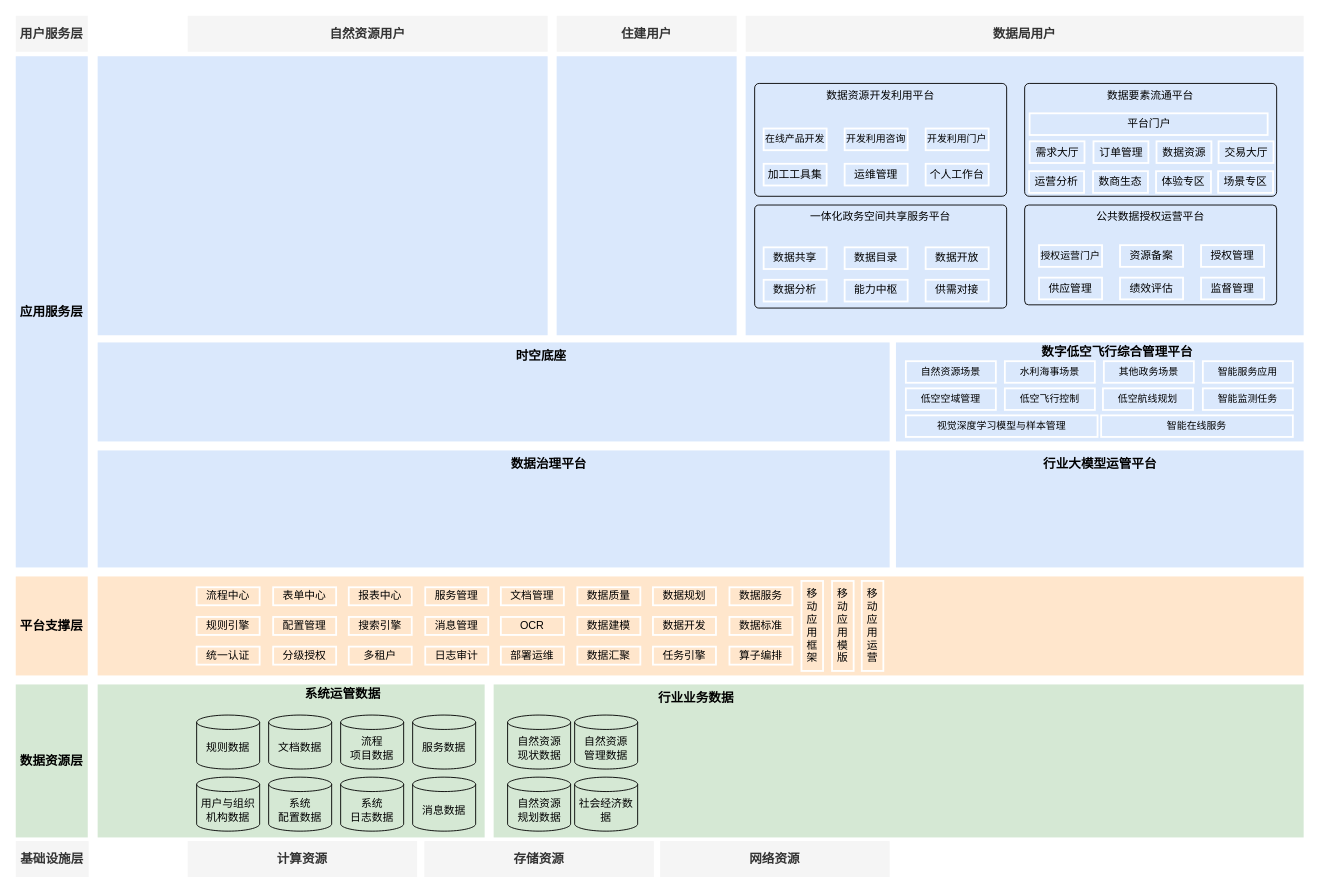
The draw.io diagram 自建数产品总体架构.drawio in chinawindofmay/J_graph_windofmay, before the edit. Source tidied: cells renumbered, new cells numbered last; positions are measured from the earlier drawing's top-left corner, leaving out a move shared by most shapes. Both pictures are drawn from the tidied source at 90%, with x=0, y=0 at pixel (15, 15).
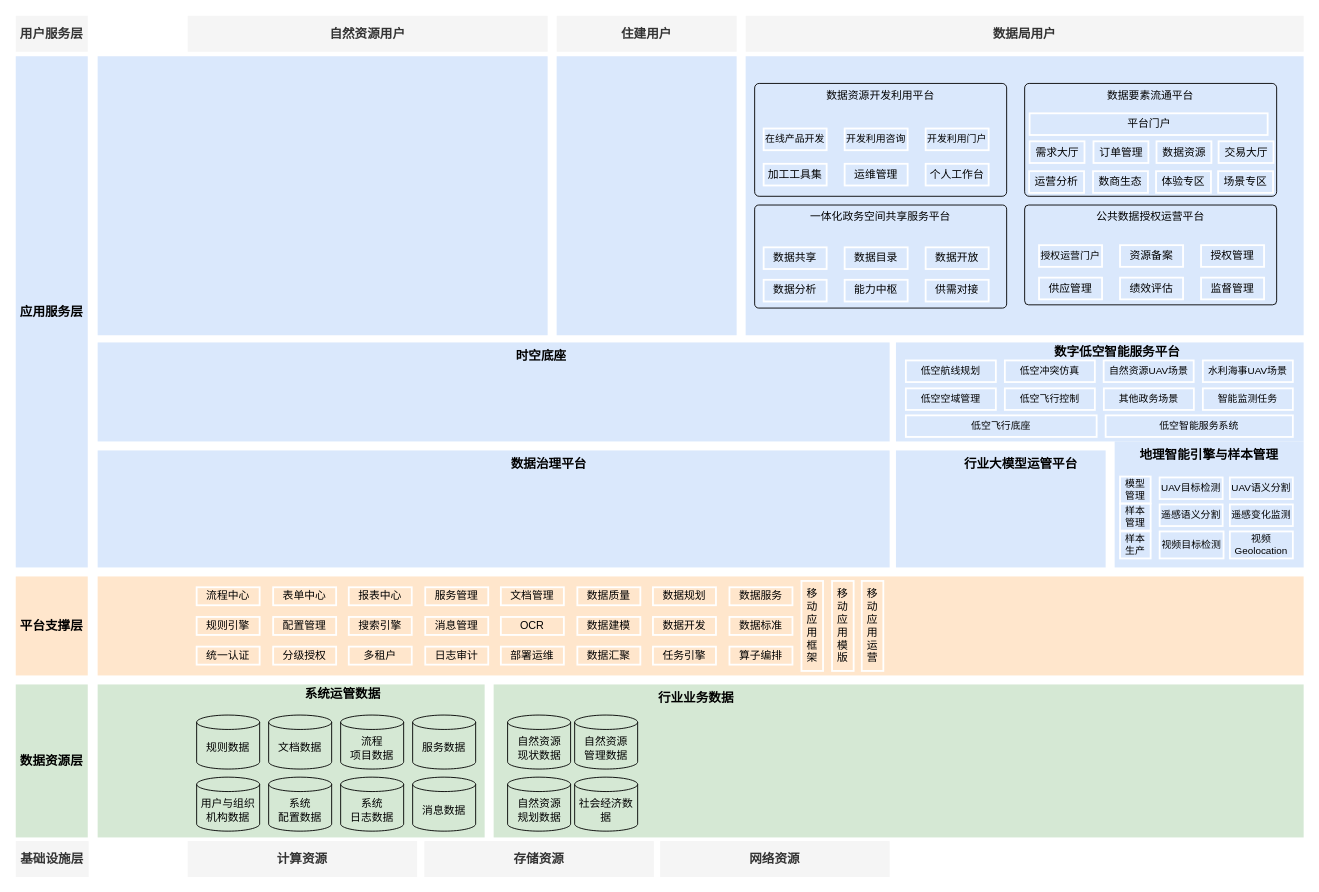
Above is the later version.

Commit message:
更新自建数产品总体架构.drawio

Diff of the diagram source:
```diff
@@
-    <mxCell id="97" value="视觉深度学习模型与样本管理" style="rounded=0;whiteSpace=wrap;html=1;fillColor=none;strokeColor=#FFFFFF;strokeWidth=2;fontSize=11;" parent="1" vertex="1">
-      <mxGeometry x="989" y="444" width="213" height="24" as="geometry" />
-    </mxCell>
-    <mxCell id="98" value="智能在线服务" style="rounded=0;whiteSpace=wrap;html=1;fillColor=none;strokeColor=#FFFFFF;strokeWidth=2;fontSize=11;" parent="1" vertex="1">
-      <mxGeometry x="1206" y="444" width="213" height="24" as="geometry" />
+    <mxCell id="98" value="低空智能服务系统" style="rounded=0;whiteSpace=wrap;html=1;fillColor=none;strokeColor=#FFFFFF;strokeWidth=2;fontSize=11;" parent="1" vertex="1">
+      <mxGeometry x="1211" y="444" width="208" height="24" as="geometry" />
     </mxCell>
@@
-    <mxCell id="100" value="自然资源场景" style="rounded=0;whiteSpace=wrap;html=1;fillColor=none;strokeColor=#FFFFFF;strokeWidth=2;fontSize=11;" parent="1" vertex="1">
-      <mxGeometry x="989" y="383.8" width="100" height="24" as="geometry" />
+    <mxCell id="100" value="自然资源UAV场景" style="rounded=0;whiteSpace=wrap;html=1;fillColor=none;strokeColor=#FFFFFF;strokeWidth=2;fontSize=11;" parent="1" vertex="1">
+      <mxGeometry x="1208.8" y="383" width="100" height="24" as="geometry" />
     </mxCell>
-    <mxCell id="101" value="水利海事场景" style="rounded=0;whiteSpace=wrap;html=1;fillColor=none;strokeColor=#FFFFFF;strokeWidth=2;fontSize=11;" parent="1" vertex="1">
-      <mxGeometry x="1099" y="383.8" width="100" height="24" as="geometry" />
+    <mxCell id="101" value="水利海事UAV场景" style="rounded=0;whiteSpace=wrap;html=1;fillColor=none;strokeColor=#FFFFFF;strokeWidth=2;fontSize=11;" parent="1" vertex="1">
+      <mxGeometry x="1319" y="383" width="100" height="24" as="geometry" />
     </mxCell>
     <mxCell id="102" value="其他政务场景" style="rounded=0;whiteSpace=wrap;html=1;fillColor=none;strokeColor=#FFFFFF;strokeWidth=2;fontSize=11;" parent="1" vertex="1">
-      <mxGeometry x="1209" y="383.8" width="100" height="24" as="geometry" />
+      <mxGeometry x="1209" y="414" width="100" height="24" as="geometry" />
     </mxCell>
-    <mxCell id="103" value="智能服务应用" style="rounded=0;whiteSpace=wrap;html=1;fillColor=none;strokeColor=#FFFFFF;strokeWidth=2;fontSize=11;" parent="1" vertex="1">
-      <mxGeometry x="1319" y="383.8" width="100" height="24" as="geometry" />
-    </mxCell>
@@
     <mxCell id="106" value="低空航线规划" style="rounded=0;whiteSpace=wrap;html=1;fillColor=none;strokeColor=#FFFFFF;strokeWidth=2;fontSize=11;" parent="1" vertex="1">
-      <mxGeometry x="1208" y="414" width="100" height="24" as="geometry" />
+      <mxGeometry x="989" y="383" width="100" height="24" as="geometry" />
     </mxCell>
-    <mxCell id="107" value="数字低空飞行综合管理平台" style="text;html=1;align=center;verticalAlign=middle;whiteSpace=wrap;rounded=0;fontStyle=1;fontSize=14;" parent="1" vertex="1">
+    <mxCell id="107" value="数字低空智能服务平台" style="text;html=1;align=center;verticalAlign=middle;whiteSpace=wrap;rounded=0;fontStyle=1;fontSize=14;" parent="1" vertex="1">
       <mxGeometry x="1131.8" y="358" width="184" height="30" as="geometry" />
     </mxCell>
     <mxCell id="108" style="rounded=0;whiteSpace=wrap;html=1;fillColor=#dae8fc;strokeColor=none;" parent="1" vertex="1">
-      <mxGeometry x="978" y="483" width="453" height="130" as="geometry" />
+      <mxGeometry x="978" y="483" width="233" height="130" as="geometry" />
     </mxCell>
     <mxCell id="109" value="行业大模型运管平台" style="text;html=1;align=center;verticalAlign=middle;whiteSpace=wrap;rounded=0;fontStyle=1;fontSize=14;" parent="1" vertex="1">
-      <mxGeometry x="1113" y="483" width="184" height="30" as="geometry" />
+      <mxGeometry x="1025" y="483" width="184" height="30" as="geometry" />
     </mxCell>
+    <mxCell id="110" style="rounded=0;whiteSpace=wrap;html=1;fillColor=#dae8fc;strokeColor=none;" parent="1" vertex="1">
+      <mxGeometry x="1221" y="473" width="210" height="140" as="geometry" />
+    </mxCell>
+    <mxCell id="111" value="地理智能引擎与样本管理" style="text;html=1;align=center;verticalAlign=middle;whiteSpace=wrap;rounded=0;fontStyle=1;fontSize=14;" parent="1" vertex="1">
+      <mxGeometry x="1221" y="473" width="210" height="30" as="geometry" />
+    </mxCell>
+    <mxCell id="112" value="UAV目标检测" style="rounded=0;whiteSpace=wrap;html=1;fillColor=none;strokeColor=#FFFFFF;strokeWidth=2;fontSize=11;" parent="1" vertex="1">
+      <mxGeometry x="1271" y="513" width="70" height="24" as="geometry" />
+    </mxCell>
+    <mxCell id="113" value="UAV语义分割" style="rounded=0;whiteSpace=wrap;html=1;fillColor=none;strokeColor=#FFFFFF;strokeWidth=2;fontSize=11;" parent="1" vertex="1">
+      <mxGeometry x="1349" y="513" width="70" height="24" as="geometry" />
+    </mxCell>
+    <mxCell id="114" value="遥感语义分割" style="rounded=0;whiteSpace=wrap;html=1;fillColor=none;strokeColor=#FFFFFF;strokeWidth=2;fontSize=11;" parent="1" vertex="1">
+      <mxGeometry x="1271" y="543" width="70" height="24" as="geometry" />
+    </mxCell>
+    <mxCell id="115" value="遥感变化监测" style="rounded=0;whiteSpace=wrap;html=1;fillColor=none;strokeColor=#FFFFFF;strokeWidth=2;fontSize=11;" parent="1" vertex="1">
+      <mxGeometry x="1349" y="543" width="70" height="24" as="geometry" />
+    </mxCell>
+    <mxCell id="116" value="视频目标检测" style="rounded=0;whiteSpace=wrap;html=1;fillColor=none;strokeColor=#FFFFFF;strokeWidth=2;fontSize=11;" parent="1" vertex="1">
+      <mxGeometry x="1271" y="573" width="71" height="30" as="geometry" />
+    </mxCell>
+    <mxCell id="117" value="视频Geolocation" style="rounded=0;whiteSpace=wrap;html=1;fillColor=none;strokeColor=#FFFFFF;strokeWidth=2;fontSize=11;" parent="1" vertex="1">
+      <mxGeometry x="1349" y="573" width="70" height="30" as="geometry" />
+    </mxCell>
+    <mxCell id="118" value="样本&lt;div&gt;管理&lt;/div&gt;" style="rounded=0;whiteSpace=wrap;html=1;fillColor=none;strokeColor=#FFFFFF;strokeWidth=2;fontSize=11;" parent="1" vertex="1">
+      <mxGeometry x="1227" y="542" width="34" height="30" as="geometry" />
+    </mxCell>
+    <mxCell id="119" value="样本&lt;div&gt;生产&lt;/div&gt;" style="rounded=0;whiteSpace=wrap;html=1;fillColor=none;strokeColor=#FFFFFF;strokeWidth=2;fontSize=11;" parent="1" vertex="1">
+      <mxGeometry x="1227" y="573" width="34" height="30" as="geometry" />
+    </mxCell>
+    <mxCell id="120" value="低空飞行底座" style="rounded=0;whiteSpace=wrap;html=1;fillColor=none;strokeColor=#FFFFFF;strokeWidth=2;fontSize=11;" parent="1" vertex="1">
+      <mxGeometry x="989" y="444" width="212" height="24" as="geometry" />
+    </mxCell>
+    <mxCell id="121" value="低空冲突仿真" style="rounded=0;whiteSpace=wrap;html=1;fillColor=none;strokeColor=#FFFFFF;strokeWidth=2;fontSize=11;" parent="1" vertex="1">
+      <mxGeometry x="1099" y="383" width="100" height="24" as="geometry" />
+    </mxCell>
+    <mxCell id="122" value="模型管理" style="rounded=0;whiteSpace=wrap;html=1;fillColor=none;strokeColor=#FFFFFF;strokeWidth=2;fontSize=11;" parent="1" vertex="1">
+      <mxGeometry x="1227" y="512" width="34" height="30" as="geometry" />
+    </mxCell>
```
